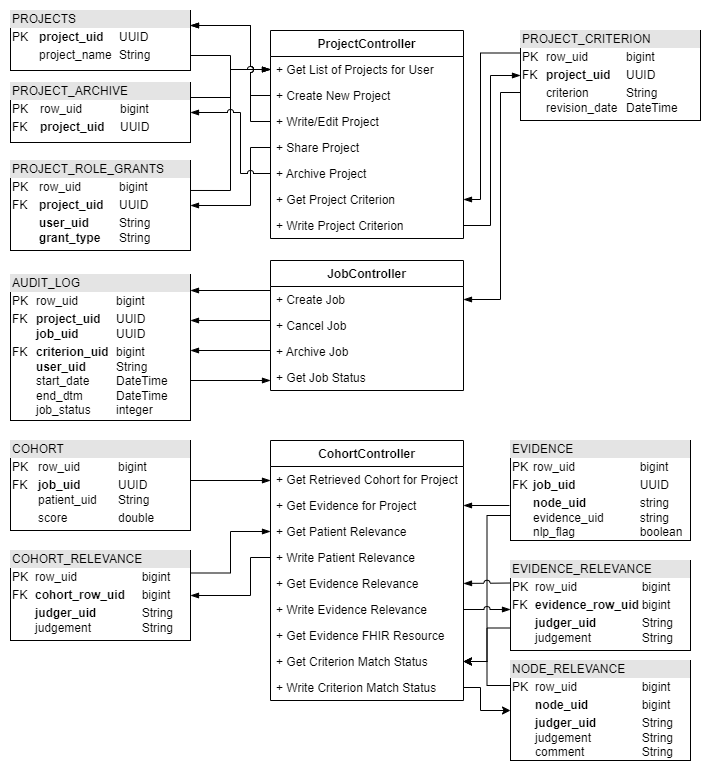
Before: middleware-data.png, a diagram exported from draw.io (OHNLP/impact-documentation). Source tidied: cells renumbered, new cells last; positions are measured from the earlier drawing's top-left corner, leaving out a move shared by most shapes.
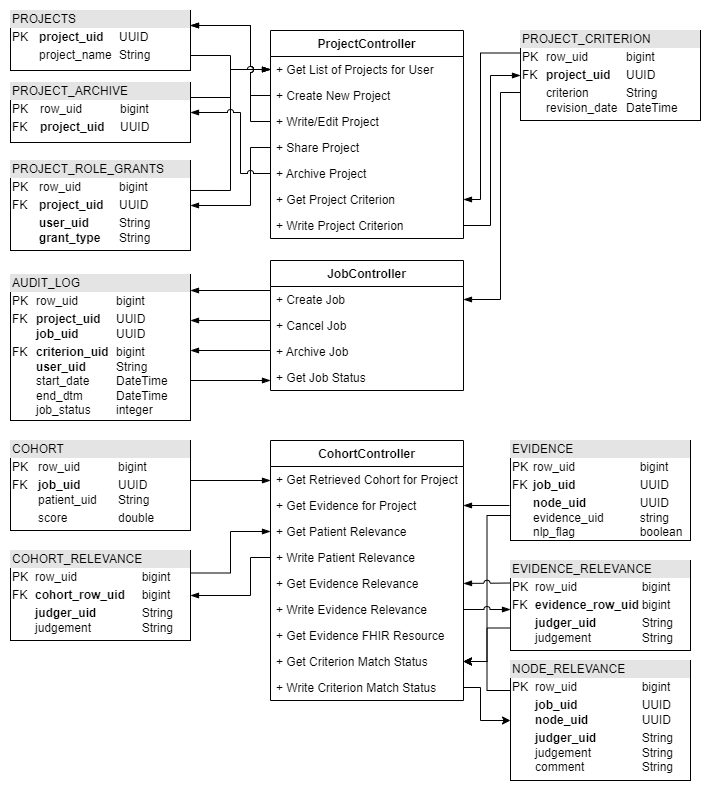
After the change.

Commit message:
node relevance should also be associated with a job uid

The edit, as a diff of the source:
```diff
@@ -221,7 +221,7 @@
     <mxCell id="47" style="edgeStyle=orthogonalEdgeStyle;rounded=0;jettySize=auto;html=1;entryX=1;entryY=0.5;entryDx=0;entryDy=0;exitX=0;exitY=0.75;exitDx=0;exitDy=0;" parent="1" edge="1" source="48" target="42">
       <mxGeometry relative="1" as="geometry" />
     </mxCell>
-    <mxCell id="48" value="&lt;div style=&quot;box-sizing:border-box;width:100%;background:#e4e4e4;padding:2px;&quot;&gt;EVIDENCE&lt;/div&gt;&lt;table style=&quot;width:100%;font-size:1em;&quot; cellpadding=&quot;2&quot; cellspacing=&quot;0&quot;&gt;&lt;tbody&gt;&lt;tr&gt;&lt;td&gt;PK&lt;/td&gt;&lt;td&gt;row_uid&lt;span style=&quot;white-space: pre;&quot;&gt;&#9;&lt;/span&gt;&lt;span style=&quot;white-space: pre;&quot;&gt;&#9;&lt;span style=&quot;white-space: pre;&quot;&gt;&#9;&lt;/span&gt;&lt;/span&gt;bigint&lt;/td&gt;&lt;/tr&gt;&lt;tr&gt;&lt;td&gt;FK&lt;br&gt;&lt;/td&gt;&lt;td&gt;&lt;b&gt;job_uid&lt;/b&gt;&lt;span style=&quot;font-weight: bold; white-space: pre;&quot;&gt;&#9;&lt;span style=&quot;white-space: pre;&quot;&gt;&#9;&lt;/span&gt;&lt;/span&gt;&lt;span style=&quot;font-weight: bold; white-space: pre;&quot;&gt;&#9;&lt;/span&gt;UUID&lt;/td&gt;&lt;/tr&gt;&lt;tr&gt;&lt;td&gt;&lt;br&gt;&lt;br&gt;&lt;/td&gt;&lt;td&gt;&lt;b&gt;node_uid&lt;span style=&quot;white-space: pre;&quot;&gt;&#9;&lt;span style=&quot;white-space: pre;&quot;&gt;&#9;&lt;/span&gt;&lt;/span&gt;&lt;/b&gt;string&lt;br&gt;evidence_uid&lt;span style=&quot;white-space: pre;&quot;&gt;&#9;&lt;span style=&quot;white-space: pre;&quot;&gt;&#9;&lt;/span&gt;&lt;/span&gt;string&lt;br&gt;nlp_flag&lt;span style=&quot;white-space: pre;&quot;&gt;&#9;&lt;/span&gt;&lt;span style=&quot;white-space: pre;&quot;&gt;&#9;&lt;/span&gt;&lt;span style=&quot;white-space: pre;&quot;&gt;&#9;&lt;/span&gt;boolean&lt;/td&gt;&lt;/tr&gt;&lt;/tbody&gt;&lt;/table&gt;" style="verticalAlign=top;align=left;overflow=fill;html=1;fontColor=#000000;" parent="1" vertex="1">
+    <mxCell id="48" value="&lt;div style=&quot;box-sizing:border-box;width:100%;background:#e4e4e4;padding:2px;&quot;&gt;EVIDENCE&lt;/div&gt;&lt;table style=&quot;width:100%;font-size:1em;&quot; cellpadding=&quot;2&quot; cellspacing=&quot;0&quot;&gt;&lt;tbody&gt;&lt;tr&gt;&lt;td&gt;PK&lt;/td&gt;&lt;td&gt;row_uid&lt;span style=&quot;white-space: pre;&quot;&gt;&#9;&lt;/span&gt;&lt;span style=&quot;white-space: pre;&quot;&gt;&#9;&lt;span style=&quot;white-space: pre;&quot;&gt;&#9;&lt;/span&gt;&lt;/span&gt;bigint&lt;/td&gt;&lt;/tr&gt;&lt;tr&gt;&lt;td&gt;FK&lt;br&gt;&lt;/td&gt;&lt;td&gt;&lt;b&gt;job_uid&lt;/b&gt;&lt;span style=&quot;font-weight: bold; white-space: pre;&quot;&gt;&#9;&lt;span style=&quot;white-space: pre;&quot;&gt;&#9;&lt;/span&gt;&lt;/span&gt;&lt;span style=&quot;font-weight: bold; white-space: pre;&quot;&gt;&#9;&lt;/span&gt;UUID&lt;/td&gt;&lt;/tr&gt;&lt;tr&gt;&lt;td&gt;&lt;br&gt;&lt;br&gt;&lt;/td&gt;&lt;td&gt;&lt;b&gt;node_uid&lt;span style=&quot;white-space: pre;&quot;&gt;&#9;&lt;span style=&quot;white-space: pre;&quot;&gt;&#9;&lt;/span&gt;&lt;/span&gt;&lt;/b&gt;UUID&lt;br&gt;evidence_uid&lt;span style=&quot;white-space: pre;&quot;&gt;&#9;&lt;span style=&quot;white-space: pre;&quot;&gt;&#9;&lt;/span&gt;&lt;/span&gt;string&lt;br&gt;nlp_flag&lt;span style=&quot;white-space: pre;&quot;&gt;&#9;&lt;/span&gt;&lt;span style=&quot;white-space: pre;&quot;&gt;&#9;&lt;/span&gt;&lt;span style=&quot;white-space: pre;&quot;&gt;&#9;&lt;/span&gt;boolean&lt;/td&gt;&lt;/tr&gt;&lt;/tbody&gt;&lt;/table&gt;" style="verticalAlign=top;align=left;overflow=fill;html=1;fontColor=#000000;" parent="1" vertex="1">
       <mxGeometry x="500" y="430" width="180" height="100" as="geometry" />
     </mxCell>
     <mxCell id="49" style="edgeStyle=orthogonalEdgeStyle;rounded=0;jumpStyle=arc;jettySize=auto;html=1;fontColor=#000000;startArrow=none;startFill=0;endArrow=blockThin;endFill=1;entryX=0;entryY=0.5;entryDx=0;entryDy=0;exitX=1;exitY=0.25;exitDx=0;exitDy=0;" parent="1" edge="1" source="50" target="37">
@@ -263,14 +263,14 @@
     <mxCell id="56" style="edgeStyle=orthogonalEdgeStyle;rounded=0;jettySize=auto;html=1;exitX=0;exitY=0.25;exitDx=0;exitDy=0;entryX=1;entryY=0.5;entryDx=0;entryDy=0;" parent="1" edge="1" source="57" target="42">
       <mxGeometry relative="1" as="geometry" />
     </mxCell>
-    <mxCell id="57" value="&lt;div style=&quot;box-sizing:border-box;width:100%;background:#e4e4e4;padding:2px;&quot;&gt;NODE_RELEVANCE&lt;/div&gt;&lt;table style=&quot;width:100%;font-size:1em;&quot; cellpadding=&quot;2&quot; cellspacing=&quot;0&quot;&gt;&lt;tbody&gt;&lt;tr&gt;&lt;td&gt;PK&lt;/td&gt;&lt;td&gt;row_uid&lt;span style=&quot;&quot;&gt;&#9;&lt;span style=&quot;white-space: pre;&quot;&gt;&#9;&lt;/span&gt;&lt;span style=&quot;white-space: pre;&quot;&gt;&#9;&lt;span style=&quot;white-space: pre;&quot;&gt;&#9;&lt;/span&gt;&lt;/span&gt;&lt;/span&gt;bigint&lt;/td&gt;&lt;/tr&gt;&lt;tr&gt;&lt;td&gt;&lt;br&gt;&lt;/td&gt;&lt;td&gt;&lt;b&gt;node_uid&lt;span style=&quot;&quot;&gt;&#9;&lt;span style=&quot;white-space: pre;&quot;&gt;&#9;&lt;/span&gt;&amp;nbsp;&lt;span style=&quot;white-space: pre;&quot;&gt;&#9;&lt;/span&gt;&lt;/span&gt;&lt;/b&gt;bigint&lt;/td&gt;&lt;/tr&gt;&lt;tr&gt;&lt;td&gt;&lt;br&gt;&lt;/td&gt;&lt;td&gt;&lt;b&gt;judger_uid&lt;span style=&quot;&quot;&gt;&#9;&lt;span style=&quot;white-space: pre;&quot;&gt;&#9;&lt;/span&gt;&lt;span style=&quot;&quot;&gt;&#9;&lt;span style=&quot;white-space: pre;&quot;&gt;&#9;&lt;/span&gt;&lt;/span&gt;&lt;/span&gt;&lt;/b&gt;String&lt;br&gt;judgement&lt;span style=&quot;&quot;&gt;&#9;&lt;span style=&quot;white-space: pre;&quot;&gt;&#9;&lt;/span&gt;&lt;span style=&quot;&quot;&gt;&#9;&lt;span style=&quot;white-space: pre;&quot;&gt;&#9;&lt;/span&gt;&lt;/span&gt;&lt;/span&gt;String&lt;br&gt;comment&lt;span style=&quot;white-space: pre;&quot;&gt;&#9;&lt;/span&gt;&lt;span style=&quot;white-space: pre;&quot;&gt;&#9;&lt;/span&gt;&amp;nbsp;&lt;span style=&quot;white-space: pre;&quot;&gt;&#9;&lt;/span&gt;String&lt;/td&gt;&lt;/tr&gt;&lt;/tbody&gt;&lt;/table&gt;" style="verticalAlign=top;align=left;overflow=fill;html=1;fontColor=#000000;" parent="1" vertex="1">
-      <mxGeometry x="500" y="650" width="180" height="100" as="geometry" />
+    <mxCell id="57" value="&lt;div style=&quot;box-sizing:border-box;width:100%;background:#e4e4e4;padding:2px;&quot;&gt;NODE_RELEVANCE&lt;/div&gt;&lt;table style=&quot;width:100%;font-size:1em;&quot; cellpadding=&quot;2&quot; cellspacing=&quot;0&quot;&gt;&lt;tbody&gt;&lt;tr&gt;&lt;td&gt;PK&lt;/td&gt;&lt;td&gt;row_uid&lt;span style=&quot;&quot;&gt;&#9;&lt;span style=&quot;white-space: pre;&quot;&gt;&#9;&lt;/span&gt;&lt;span style=&quot;white-space: pre;&quot;&gt;&#9;&lt;span style=&quot;white-space: pre;&quot;&gt;&#9;&lt;/span&gt;&lt;/span&gt;&lt;/span&gt;bigint&lt;/td&gt;&lt;/tr&gt;&lt;tr&gt;&lt;td&gt;&lt;br&gt;&lt;/td&gt;&lt;td&gt;&lt;b&gt;job_uid&lt;/b&gt;&lt;span style=&quot;font-weight: bold; white-space: pre;&quot;&gt;&#9;&lt;/span&gt;&lt;span style=&quot;font-weight: bold; white-space: pre;&quot;&gt;&#9;&lt;/span&gt;&lt;span style=&quot;font-weight: bold; white-space: pre;&quot;&gt;&#9;&lt;/span&gt;UUID&lt;br&gt;&lt;b&gt;node_uid&lt;/b&gt;&lt;span style=&quot;font-weight: bold;&quot;&gt;&#9;&lt;span style=&quot;white-space: pre;&quot;&gt;&#9;&lt;/span&gt;&amp;nbsp;&lt;span style=&quot;white-space: pre;&quot;&gt;&#9;&lt;/span&gt;&lt;/span&gt;UUID&lt;/td&gt;&lt;/tr&gt;&lt;tr&gt;&lt;td&gt;&lt;br&gt;&lt;/td&gt;&lt;td&gt;&lt;b&gt;judger_uid&lt;span style=&quot;&quot;&gt;&#9;&lt;span style=&quot;white-space: pre;&quot;&gt;&#9;&lt;/span&gt;&lt;span style=&quot;&quot;&gt;&#9;&lt;span style=&quot;white-space: pre;&quot;&gt;&#9;&lt;/span&gt;&lt;/span&gt;&lt;/span&gt;&lt;/b&gt;String&lt;br&gt;judgement&lt;span style=&quot;&quot;&gt;&#9;&lt;span style=&quot;white-space: pre;&quot;&gt;&#9;&lt;/span&gt;&lt;span style=&quot;&quot;&gt;&#9;&lt;span style=&quot;white-space: pre;&quot;&gt;&#9;&lt;/span&gt;&lt;/span&gt;&lt;/span&gt;String&lt;br&gt;comment&lt;span style=&quot;white-space: pre;&quot;&gt;&#9;&lt;/span&gt;&lt;span style=&quot;white-space: pre;&quot;&gt;&#9;&lt;/span&gt;&amp;nbsp;&lt;span style=&quot;white-space: pre;&quot;&gt;&#9;&lt;/span&gt;String&lt;/td&gt;&lt;/tr&gt;&lt;/tbody&gt;&lt;/table&gt;" style="verticalAlign=top;align=left;overflow=fill;html=1;fontColor=#000000;" parent="1" vertex="1">
+      <mxGeometry x="500" y="650" width="180" height="120" as="geometry" />
     </mxCell>
     <mxCell id="58" style="edgeStyle=orthogonalEdgeStyle;rounded=0;jettySize=auto;html=1;exitX=1;exitY=0.5;exitDx=0;exitDy=0;entryX=0;entryY=0.5;entryDx=0;entryDy=0;" parent="1" edge="1" source="43" target="57">
       <mxGeometry relative="1" as="geometry">
         <Array as="points">
           <mxPoint x="470" y="677" />
-          <mxPoint x="470" y="700" />
+          <mxPoint x="470" y="710" />
         </Array>
       </mxGeometry>
     </mxCell>
```
